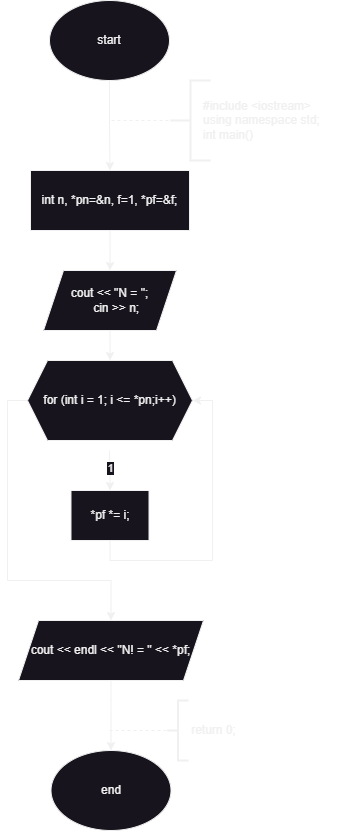
The draw.io diagram Sem_1/pointer/5_pointer/5_pointer.drawio.png in SifsnEr/pstu, before a commit. Source tidied: cells renumbered, new cells last; positions are measured from the earlier drawing's top-left corner, leaving out a move shared by most shapes. Source of this version:
```xml
<mxGraphModel>
  <root>
    <mxCell id="0" />
    <mxCell id="1" parent="0" />
    <mxCell id="2" style="edgeStyle=orthogonalEdgeStyle;rounded=0;jettySize=auto;html=1;exitX=0.5;exitY=1;exitDx=0;exitDy=0;" parent="1" edge="1" source="3" target="5">
      <mxGeometry relative="1" as="geometry" />
    </mxCell>
    <mxCell id="3" value="start" style="ellipse;whiteSpace=wrap;html=1;" parent="1" vertex="1">
      <mxGeometry x="42" width="120" height="80" as="geometry" />
    </mxCell>
    <mxCell id="4" style="edgeStyle=orthogonalEdgeStyle;rounded=0;jettySize=auto;html=1;" parent="1" edge="1" source="5" target="10">
      <mxGeometry relative="1" as="geometry" />
    </mxCell>
    <mxCell id="5" value="int n, *pn=&amp;amp;n, f=1, *pf=&amp;amp;f;" style="rounded=0;whiteSpace=wrap;html=1;" parent="1" vertex="1">
      <mxGeometry x="23" y="170" width="159" height="60" as="geometry" />
    </mxCell>
    <mxCell id="6" style="strokeWidth=2;html=1;shape=mxgraph.flowchart.annotation_2;align=left;labelPosition=right;" parent="1" vertex="1">
      <mxGeometry x="163" y="80" width="40" height="80" as="geometry" />
    </mxCell>
    <mxCell id="7" style="endArrow=none;dashed=1;html=1;rounded=0;entryX=0;entryY=0.5;entryDx=0;entryDy=0;entryPerimeter=0;" parent="1" edge="1" target="6">
      <mxGeometry relative="1" as="geometry">
        <mxPoint x="104" y="120" as="sourcePoint" />
      </mxGeometry>
    </mxCell>
    <mxCell id="8" value="&lt;div&gt;#include &amp;lt;iostream&amp;gt;&lt;/div&gt;&lt;div&gt;using namespace std;&lt;/div&gt;&lt;div&gt;int main()&lt;/div&gt;" style="text;html=1;align=left;verticalAlign=middle;strokeColor=none;fillColor=none;" parent="1" vertex="1">
      <mxGeometry x="194" y="90" width="140" height="60" as="geometry" />
    </mxCell>
    <mxCell id="9" style="edgeStyle=orthogonalEdgeStyle;rounded=0;jettySize=auto;html=1;exitX=0.5;exitY=1;exitDx=0;exitDy=0;entryX=0.5;entryY=0;entryDx=0;entryDy=0;" parent="1" edge="1" source="10" target="18">
      <mxGeometry relative="1" as="geometry" />
    </mxCell>
    <mxCell id="10" value="cout &lt;&lt; &quot;N = &quot;;&#10;    cin &gt;&gt; n;" style="shape=parallelogram;perimeter=parallelogramPerimeter;whiteSpace=wrap;html=1;fixedSize=1;" parent="1" vertex="1">
      <mxGeometry x="36" y="270" width="133" height="60" as="geometry" />
    </mxCell>
    <mxCell id="11" value="end" style="ellipse;whiteSpace=wrap;html=1;" parent="1" vertex="1">
      <mxGeometry x="43.5" y="750" width="120" height="80" as="geometry" />
    </mxCell>
    <mxCell id="12" style="strokeWidth=2;html=1;shape=mxgraph.flowchart.annotation_2;align=left;labelPosition=right;" parent="1" vertex="1">
      <mxGeometry x="160" y="700" width="21" height="60" as="geometry" />
    </mxCell>
    <mxCell id="13" value="return 0;" style="text;html=1;align=center;verticalAlign=middle;strokeColor=none;fillColor=none;" parent="1" vertex="1">
      <mxGeometry x="171" y="715" width="70" height="30" as="geometry" />
    </mxCell>
    <mxCell id="14" style="endArrow=none;dashed=1;html=1;rounded=0;entryX=0;entryY=0.5;entryDx=0;entryDy=0;entryPerimeter=0;" parent="1" edge="1" target="12">
      <mxGeometry relative="1" as="geometry">
        <mxPoint x="102" y="730" as="sourcePoint" />
      </mxGeometry>
    </mxCell>
    <mxCell id="15" style="edgeStyle=orthogonalEdgeStyle;rounded=0;jettySize=auto;html=1;exitX=0.5;exitY=1;exitDx=0;exitDy=0;entryX=0.5;entryY=0;entryDx=0;entryDy=0;" parent="1" edge="1" target="20">
      <mxGeometry relative="1" as="geometry">
        <mxPoint x="102" y="450" as="sourcePoint" />
      </mxGeometry>
    </mxCell>
    <mxCell id="16" value="1" style="edgeLabel;html=1;align=center;verticalAlign=middle;" parent="15" vertex="1">
      <mxGeometry x="-0.16" relative="1" as="geometry" />
    </mxCell>
    <mxCell id="17" style="edgeStyle=orthogonalEdgeStyle;rounded=0;jettySize=auto;html=1;exitX=0;exitY=0.5;exitDx=0;exitDy=0;entryX=0.5;entryY=0;entryDx=0;entryDy=0;" parent="1" edge="1" source="18" target="22">
      <mxGeometry relative="1" as="geometry">
        <Array as="points">
          <mxPoint y="400" />
          <mxPoint y="580" />
          <mxPoint x="103" y="580" />
        </Array>
      </mxGeometry>
    </mxCell>
    <mxCell id="18" value="for (int i = 1; i &amp;lt;= *pn;i++)" style="shape=hexagon;perimeter=hexagonPerimeter2;whiteSpace=wrap;html=1;fixedSize=1;" parent="1" vertex="1">
      <mxGeometry x="20" y="360" width="165" height="80" as="geometry" />
    </mxCell>
    <mxCell id="19" style="edgeStyle=orthogonalEdgeStyle;rounded=0;jettySize=auto;html=1;exitX=0.5;exitY=1;exitDx=0;exitDy=0;entryX=1;entryY=0.5;entryDx=0;entryDy=0;" parent="1" edge="1" source="20" target="18">
      <mxGeometry relative="1" as="geometry">
        <Array as="points">
          <mxPoint x="103" y="560" />
          <mxPoint x="205" y="560" />
          <mxPoint x="205" y="400" />
        </Array>
      </mxGeometry>
    </mxCell>
    <mxCell id="20" value="*pf *= i;" style="rounded=0;whiteSpace=wrap;html=1;" parent="1" vertex="1">
      <mxGeometry x="63.5" y="490" width="78" height="50" as="geometry" />
    </mxCell>
    <mxCell id="21" style="edgeStyle=orthogonalEdgeStyle;rounded=0;jettySize=auto;html=1;exitX=0.5;exitY=1;exitDx=0;exitDy=0;entryX=0.5;entryY=0;entryDx=0;entryDy=0;" parent="1" edge="1" source="22" target="11">
      <mxGeometry relative="1" as="geometry" />
    </mxCell>
    <mxCell id="22" value="cout &amp;lt;&amp;lt; endl &amp;lt;&amp;lt; &quot;N! = &quot; &amp;lt;&amp;lt; *pf;" style="shape=parallelogram;perimeter=parallelogramPerimeter;whiteSpace=wrap;html=1;fixedSize=1;" parent="1" vertex="1">
      <mxGeometry x="11" y="620" width="185" height="60" as="geometry" />
    </mxCell>
  </root>
</mxGraphModel>
```
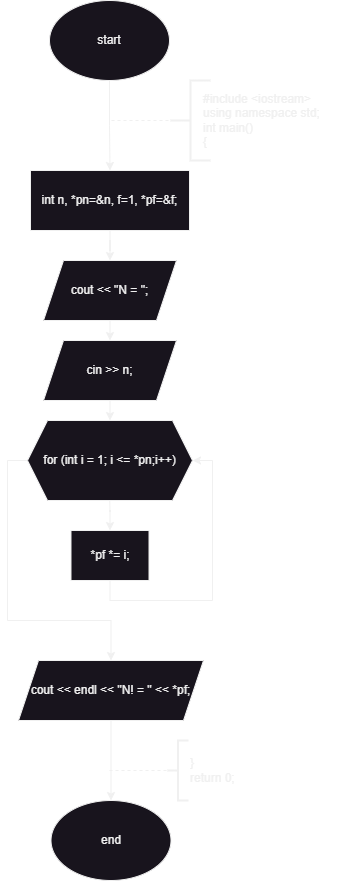
The same diagram one commit later.

Change to the diagram source:
```diff
@@ -22,66 +22,69 @@
         <mxPoint x="104" y="120" as="sourcePoint" />
       </mxGeometry>
     </mxCell>
-    <mxCell id="8" value="&lt;div&gt;#include &amp;lt;iostream&amp;gt;&lt;/div&gt;&lt;div&gt;using namespace std;&lt;/div&gt;&lt;div&gt;int main()&lt;/div&gt;" style="text;html=1;align=left;verticalAlign=middle;strokeColor=none;fillColor=none;" parent="1" vertex="1">
-      <mxGeometry x="194" y="90" width="140" height="60" as="geometry" />
+    <mxCell id="8" value="&lt;div&gt;#include &amp;lt;iostream&amp;gt;&lt;/div&gt;&lt;div&gt;using namespace std;&lt;/div&gt;&lt;div&gt;int main()&lt;/div&gt;&lt;div&gt;{&lt;/div&gt;" style="text;html=1;align=left;verticalAlign=middle;strokeColor=none;fillColor=none;" parent="1" vertex="1">
+      <mxGeometry x="194" y="85" width="140" height="70" as="geometry" />
     </mxCell>
-    <mxCell id="9" style="edgeStyle=orthogonalEdgeStyle;rounded=0;jettySize=auto;html=1;exitX=0.5;exitY=1;exitDx=0;exitDy=0;entryX=0.5;entryY=0;entryDx=0;entryDy=0;" parent="1" edge="1" source="10" target="18">
-      <mxGeometry relative="1" as="geometry" />
-    </mxCell>
+    <mxCell id="23" style="edgeStyle=orthogonalEdgeStyle;rounded=0;jettySize=auto;html=1;exitX=0.5;exitY=1;exitDx=0;exitDy=0;entryX=0.5;entryY=0;entryDx=0;entryDy=0;" parent="1" edge="1" source="10" target="25">
+      <mxGeometry relative="1" as="geometry" />
+    </mxCell>
-    <mxCell id="10" value="cout &lt;&lt; &quot;N = &quot;;&#10;    cin &gt;&gt; n;" style="shape=parallelogram;perimeter=parallelogramPerimeter;whiteSpace=wrap;html=1;fixedSize=1;" parent="1" vertex="1">
-      <mxGeometry x="36" y="270" width="133" height="60" as="geometry" />
+    <mxCell id="10" value="cout &amp;lt;&amp;lt; &quot;N = &quot;;" style="shape=parallelogram;perimeter=parallelogramPerimeter;whiteSpace=wrap;html=1;fixedSize=1;" parent="1" vertex="1">
+      <mxGeometry x="36" y="260" width="133" height="60" as="geometry" />
     </mxCell>
     <mxCell id="11" value="end" style="ellipse;whiteSpace=wrap;html=1;" parent="1" vertex="1">
-      <mxGeometry x="43.5" y="750" width="120" height="80" as="geometry" />
+      <mxGeometry x="43.5" y="800" width="120" height="80" as="geometry" />
     </mxCell>
     <mxCell id="12" style="strokeWidth=2;html=1;shape=mxgraph.flowchart.annotation_2;align=left;labelPosition=right;" parent="1" vertex="1">
-      <mxGeometry x="160" y="700" width="21" height="60" as="geometry" />
+      <mxGeometry x="160" y="740" width="21" height="60" as="geometry" />
     </mxCell>
-    <mxCell id="13" value="return 0;" style="text;html=1;align=center;verticalAlign=middle;strokeColor=none;fillColor=none;" parent="1" vertex="1">
-      <mxGeometry x="171" y="715" width="70" height="30" as="geometry" />
+    <mxCell id="13" value="&lt;div&gt;}&lt;/div&gt;return 0;" style="text;html=1;align=left;verticalAlign=middle;strokeColor=none;fillColor=none;" parent="1" vertex="1">
+      <mxGeometry x="181" y="750" width="70" height="40" as="geometry" />
     </mxCell>
     <mxCell id="14" style="endArrow=none;dashed=1;html=1;rounded=0;entryX=0;entryY=0.5;entryDx=0;entryDy=0;entryPerimeter=0;" parent="1" edge="1" target="12">
       <mxGeometry relative="1" as="geometry">
-        <mxPoint x="102" y="730" as="sourcePoint" />
+        <mxPoint x="102" y="770" as="sourcePoint" />
       </mxGeometry>
     </mxCell>
     <mxCell id="15" style="edgeStyle=orthogonalEdgeStyle;rounded=0;jettySize=auto;html=1;exitX=0.5;exitY=1;exitDx=0;exitDy=0;entryX=0.5;entryY=0;entryDx=0;entryDy=0;" parent="1" edge="1" target="20">
       <mxGeometry relative="1" as="geometry">
-        <mxPoint x="102" y="450" as="sourcePoint" />
+        <mxPoint x="102" y="490" as="sourcePoint" />
       </mxGeometry>
     </mxCell>
-    <mxCell id="16" value="1" style="edgeLabel;html=1;align=center;verticalAlign=middle;" parent="15" vertex="1">
-      <mxGeometry x="-0.16" relative="1" as="geometry" />
-    </mxCell>
     <mxCell id="17" style="edgeStyle=orthogonalEdgeStyle;rounded=0;jettySize=auto;html=1;exitX=0;exitY=0.5;exitDx=0;exitDy=0;entryX=0.5;entryY=0;entryDx=0;entryDy=0;" parent="1" edge="1" source="18" target="22">
       <mxGeometry relative="1" as="geometry">
         <Array as="points">
-          <mxPoint y="400" />
-          <mxPoint y="580" />
-          <mxPoint x="103" y="580" />
+          <mxPoint y="460" />
+          <mxPoint y="620" />
+          <mxPoint x="104" y="620" />
         </Array>
       </mxGeometry>
     </mxCell>
     <mxCell id="18" value="for (int i = 1; i &amp;lt;= *pn;i++)" style="shape=hexagon;perimeter=hexagonPerimeter2;whiteSpace=wrap;html=1;fixedSize=1;" parent="1" vertex="1">
-      <mxGeometry x="20" y="360" width="165" height="80" as="geometry" />
+      <mxGeometry x="20" y="420" width="165" height="80" as="geometry" />
     </mxCell>
     <mxCell id="19" style="edgeStyle=orthogonalEdgeStyle;rounded=0;jettySize=auto;html=1;exitX=0.5;exitY=1;exitDx=0;exitDy=0;entryX=1;entryY=0.5;entryDx=0;entryDy=0;" parent="1" edge="1" source="20" target="18">
       <mxGeometry relative="1" as="geometry">
         <Array as="points">
-          <mxPoint x="103" y="560" />
-          <mxPoint x="205" y="560" />
-          <mxPoint x="205" y="400" />
+          <mxPoint x="103" y="600" />
+          <mxPoint x="205" y="600" />
+          <mxPoint x="205" y="460" />
         </Array>
       </mxGeometry>
     </mxCell>
     <mxCell id="20" value="*pf *= i;" style="rounded=0;whiteSpace=wrap;html=1;" parent="1" vertex="1">
-      <mxGeometry x="63.5" y="490" width="78" height="50" as="geometry" />
+      <mxGeometry x="63.5" y="530" width="78" height="50" as="geometry" />
     </mxCell>
     <mxCell id="21" style="edgeStyle=orthogonalEdgeStyle;rounded=0;jettySize=auto;html=1;exitX=0.5;exitY=1;exitDx=0;exitDy=0;entryX=0.5;entryY=0;entryDx=0;entryDy=0;" parent="1" edge="1" source="22" target="11">
       <mxGeometry relative="1" as="geometry" />
     </mxCell>
     <mxCell id="22" value="cout &amp;lt;&amp;lt; endl &amp;lt;&amp;lt; &quot;N! = &quot; &amp;lt;&amp;lt; *pf;" style="shape=parallelogram;perimeter=parallelogramPerimeter;whiteSpace=wrap;html=1;fixedSize=1;" parent="1" vertex="1">
-      <mxGeometry x="11" y="620" width="185" height="60" as="geometry" />
+      <mxGeometry x="11" y="660" width="185" height="60" as="geometry" />
     </mxCell>
+    <mxCell id="24" style="edgeStyle=orthogonalEdgeStyle;rounded=0;jettySize=auto;html=1;exitX=0.5;exitY=1;exitDx=0;exitDy=0;entryX=0.5;entryY=0;entryDx=0;entryDy=0;" parent="1" edge="1" source="25" target="18">
+      <mxGeometry relative="1" as="geometry" />
+    </mxCell>
+    <mxCell id="25" value="cin &amp;gt;&amp;gt; n;" style="shape=parallelogram;perimeter=parallelogramPerimeter;whiteSpace=wrap;html=1;fixedSize=1;" parent="1" vertex="1">
+      <mxGeometry x="36" y="340" width="133" height="60" as="geometry" />
+    </mxCell>
   </root>
 </mxGraphModel>
```
